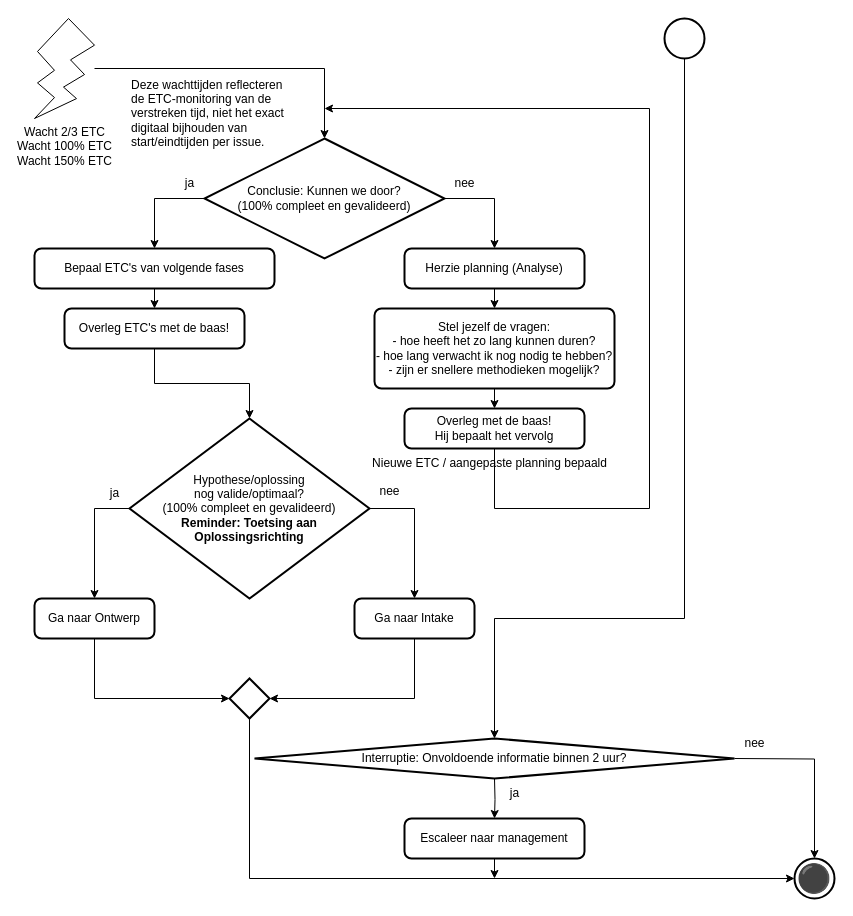
The draw.io diagram 2 Issue Tracker analyse.drawio in Zaibatsu89/IssueTracker, before the edit. Source tidied: cells renumbered, new cells numbered last; positions are measured from the earlier drawing's top-left corner, leaving out a move shared by most shapes. Both pictures are drawn from the tidied source at 100%, with x=0, y=0 at pixel (34, 18).
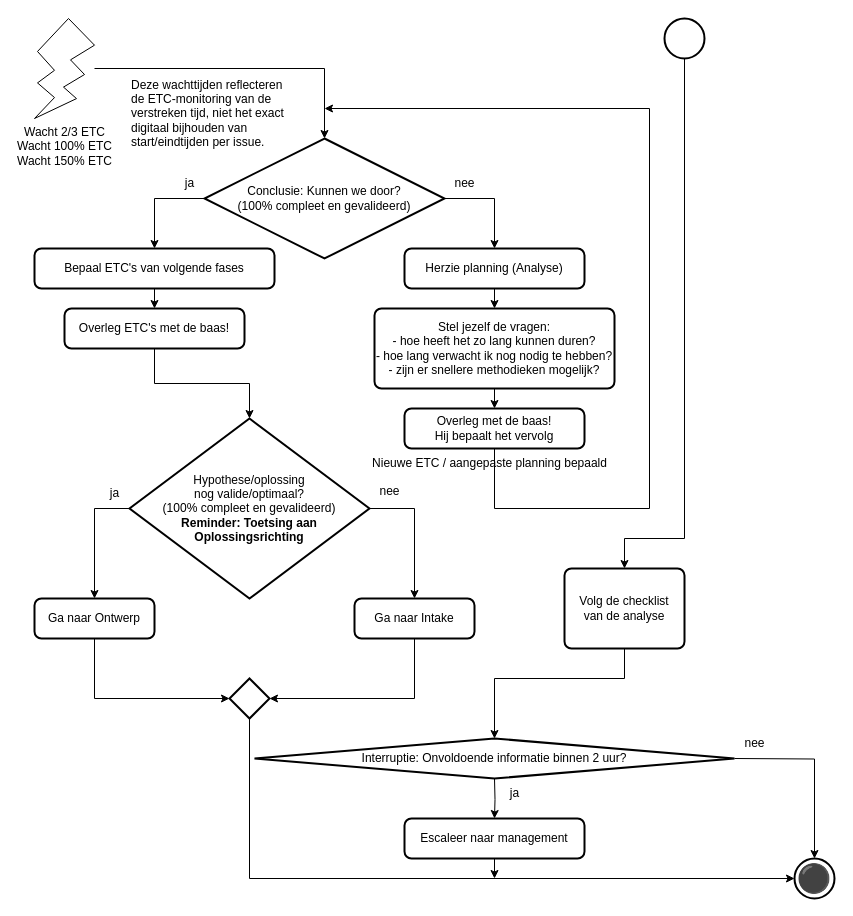
After the change.

Commit message (it also covers changes not shown here):
"Bedenk oplossingen" en "Kies de beste oplossing" toevoegen in analyse flowcharts

The change refers to these unchanged cells:
```xml
<mxCell id="2" style="strokeWidth=2;html=1;shape=mxgraph.flowchart.start_2;whiteSpace=wrap;" parent="1" vertex="1">
  <mxGeometry x="630" width="40" height="40" as="geometry" />
</mxCell>
<mxCell id="11" value="Interruptie: Onvoldoende informatie binnen 2 uur?" style="strokeWidth=2;html=1;shape=mxgraph.flowchart.decision;whiteSpace=wrap;" parent="1" vertex="1">
  <mxGeometry x="220" y="720" width="480" height="40" as="geometry" />
</mxCell>
```

Diff of the diagram source:
```diff
@@
+    <mxCell id="42" style="edgeStyle=orthogonalEdgeStyle;rounded=0;jettySize=auto;html=1;exitX=0.5;exitY=1;exitDx=0;exitDy=0;exitPerimeter=0;entryX=0.5;entryY=0;entryDx=0;entryDy=0;" parent="1" edge="1" source="2" target="43">
+      <mxGeometry relative="1" as="geometry">
+        <Array as="points">
+          <mxPoint x="650" y="520" />
+          <mxPoint x="590" y="520" />
+        </Array>
+      </mxGeometry>
+    </mxCell>
@@
-    <mxCell id="34" value="Stel jezelf de vragen:&lt;div&gt;- hoe heeft het zo lang kunnen duren?&lt;/div&gt;&lt;div&gt;- hoe lang verwacht ik nog nodig te hebben?&lt;/div&gt;&lt;div&gt;- zijn er snellere methodieken mogelijk?&lt;/div&gt;" style="rounded=1;whiteSpace=wrap;html=1;absoluteArcSize=1;arcSize=14;strokeWidth=2;" parent="1" vertex="1">
+    <mxCell id="34" value="Stel jezelf de vragen:&lt;br&gt;- hoe heeft het zo lang kunnen duren?&lt;br&gt;- hoe lang verwacht ik nog nodig te hebben?&lt;br&gt;- zijn er snellere methodieken mogelijk?" style="rounded=1;whiteSpace=wrap;html=1;absoluteArcSize=1;arcSize=14;strokeWidth=2;" parent="1" vertex="1">
       <mxGeometry x="340" y="290" width="240" height="80" as="geometry" />
     </mxCell>
@@
-    <mxCell id="36" style="edgeStyle=orthogonalEdgeStyle;rounded=0;jettySize=auto;html=1;exitX=0.5;exitY=1;exitDx=0;exitDy=0;exitPerimeter=0;entryX=0.5;entryY=0;entryDx=0;entryDy=0;entryPerimeter=0;" parent="1" edge="1" source="2" target="11">
-      <mxGeometry relative="1" as="geometry">
-        <Array as="points">
-          <mxPoint x="650" y="600" />
-          <mxPoint x="460" y="600" />
-        </Array>
-      </mxGeometry>
-    </mxCell>
@@
+    <mxCell id="43" value="Volg de checklist&lt;br&gt;van de analyse" style="rounded=1;whiteSpace=wrap;html=1;absoluteArcSize=1;arcSize=14;strokeWidth=2;" parent="1" vertex="1">
+      <mxGeometry x="530" y="550" width="120" height="80" as="geometry" />
+    </mxCell>
+    <mxCell id="44" style="edgeStyle=orthogonalEdgeStyle;rounded=0;jettySize=auto;html=1;exitX=0.5;exitY=1;exitDx=0;exitDy=0;entryX=0.5;entryY=0;entryDx=0;entryDy=0;entryPerimeter=0;" parent="1" edge="1" source="43" target="11">
+      <mxGeometry relative="1" as="geometry">
+        <Array as="points">
+          <mxPoint x="590" y="660" />
+          <mxPoint x="460" y="660" />
+        </Array>
+      </mxGeometry>
+    </mxCell>
```
